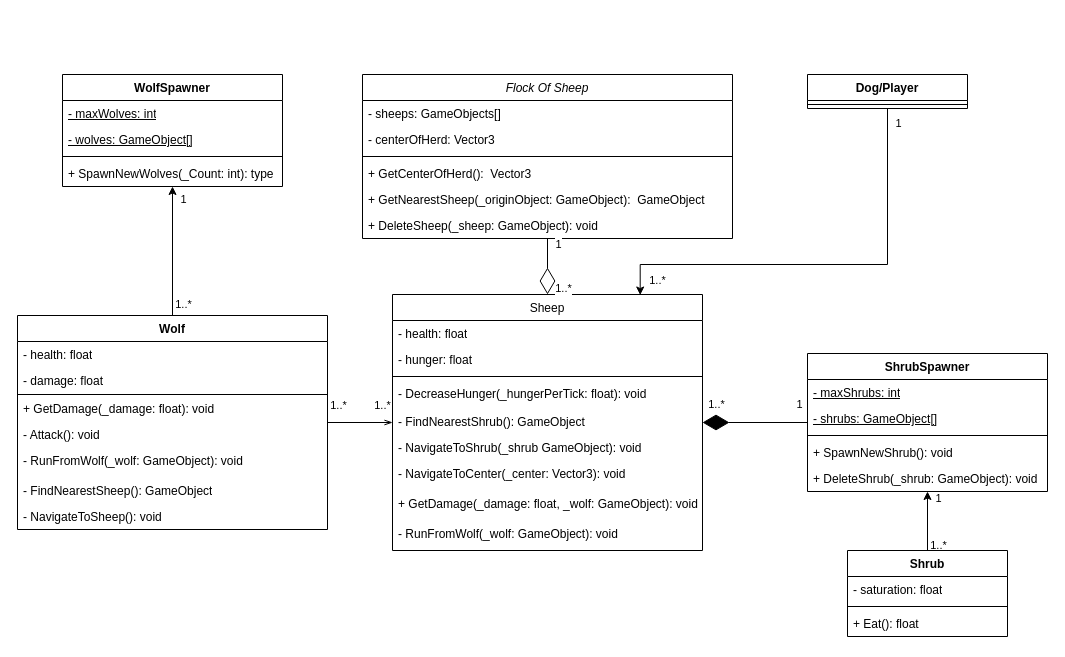
Before: KI_Verhalten_UML.drawio in Gsxrwolf/Abgabe_Softwareplanung, a draw.io diagram. Source tidied: cells renumbered, new cells numbered last; positions are measured from the earlier drawing's top-left corner, leaving out a move shared by most shapes. Both pictures are drawn from the tidied source at 100%, with x=0, y=0 at pixel (17, 74).
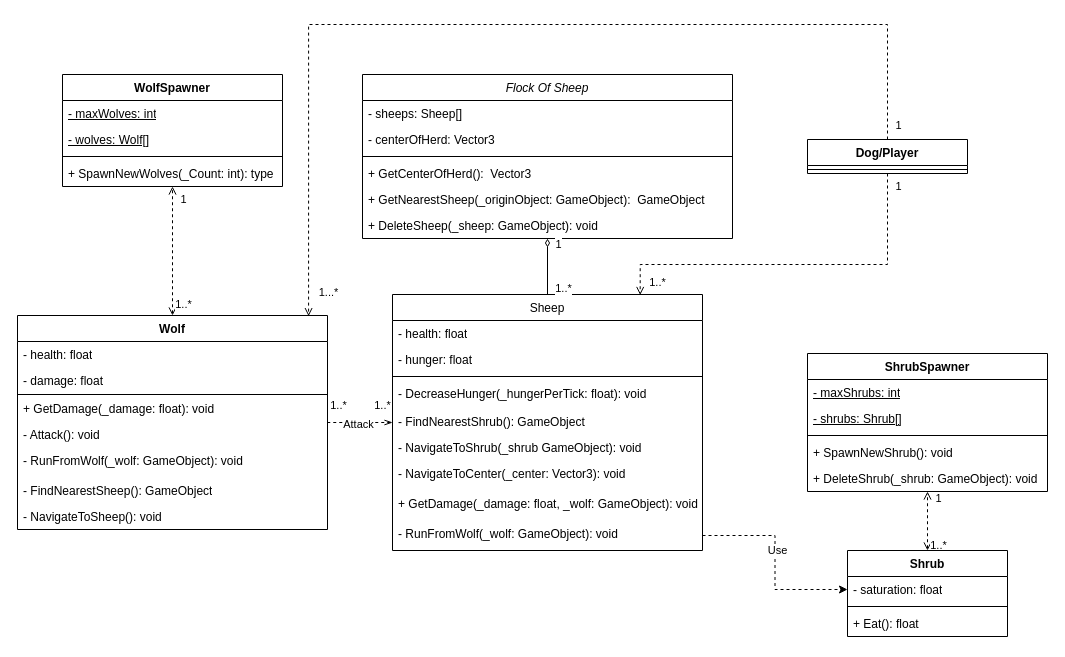
Above is the later version.

Unchanged cells that the change refers to:
```xml
<mxCell id="2" value="Flock Of Sheep" style="swimlane;fontStyle=2;align=center;verticalAlign=top;horizontal=1;startSize=26;rounded=0;shadow=0;strokeWidth=1;" parent="1" vertex="1">
  <mxGeometry x="345" width="370" height="164" as="geometry" />
</mxCell>
<mxCell id="9" value="Sheep" style="swimlane;fontStyle=0;align=center;verticalAlign=top;horizontal=1;startSize=26;rounded=0;shadow=0;strokeWidth=1;" parent="1" vertex="1">
  <mxGeometry x="375" y="220" width="310" height="256" as="geometry" />
</mxCell>
<mxCell id="18" value="- RunFromWolf(_wolf: GameObject): void" style="text;strokeColor=none;fillColor=none;align=left;verticalAlign=top;spacingLeft=4;spacingRight=4;overflow=hidden;points=[[0,0.5],[1,0.5]];portConstraint=eastwest;whiteSpace=wrap;html=1;" parent="9" vertex="1">
  <mxGeometry y="226" width="310" height="30" as="geometry" />
</mxCell>
<mxCell id="22" value="&lt;b&gt;ShrubSpawner&lt;/b&gt;" style="swimlane;fontStyle=1;align=center;verticalAlign=top;horizontal=1;startSize=26;whiteSpace=wrap;html=1;shadow=0;swimlaneLine=1;rounded=0;glass=0;" parent="1" vertex="1">
  <mxGeometry x="790" y="279" width="240" height="138" as="geometry" />
</mxCell>
<mxCell id="31" value="&lt;b&gt;Shrub&lt;/b&gt;" style="swimlane;fontStyle=1;align=center;verticalAlign=top;horizontal=1;startSize=26;whiteSpace=wrap;html=1;" parent="1" vertex="1">
  <mxGeometry x="830" y="476" width="160" height="86" as="geometry" />
</mxCell>
<mxCell id="32" value="-&amp;nbsp;saturation: float" style="text;strokeColor=none;fillColor=none;align=left;verticalAlign=top;spacingLeft=4;spacingRight=4;overflow=hidden;points=[[0,0.5],[1,0.5]];portConstraint=eastwest;whiteSpace=wrap;html=1;" parent="31" vertex="1">
  <mxGeometry y="26" width="160" height="26" as="geometry" />
</mxCell>
<mxCell id="40" value="Wolf" style="swimlane;fontStyle=1;align=center;verticalAlign=top;horizontal=1;startSize=26;whiteSpace=wrap;html=1;" parent="1" vertex="1">
  <mxGeometry y="241" width="310" height="214" as="geometry" />
</mxCell>
<mxCell id="49" value="WolfSpawner" style="swimlane;fontStyle=1;align=center;verticalAlign=top;horizontal=1;startSize=26;whiteSpace=wrap;html=1;" parent="1" vertex="1">
  <mxGeometry x="45" width="220" height="112" as="geometry" />
</mxCell>
```

Change to the diagram source:
```diff
@@
-    <mxCell id="3" value="- sheeps: GameObjects[]" style="text;strokeColor=none;fillColor=none;align=left;verticalAlign=top;spacingLeft=4;spacingRight=4;overflow=hidden;whiteSpace=wrap;html=1;" parent="2" vertex="1">
+    <mxCell id="3" value="- sheeps: Sheep[]" style="text;strokeColor=none;fillColor=none;align=left;verticalAlign=top;spacingLeft=4;spacingRight=4;overflow=hidden;whiteSpace=wrap;html=1;" parent="2" vertex="1">
       <mxGeometry y="26" width="370" height="26" as="geometry" />
     </mxCell>
@@
-    <mxCell id="19" style="endArrow=diamondThin;endFill=0;endSize=24;html=1;rounded=0;exitX=0.5;exitY=1;exitDx=0;exitDy=0;entryX=0.5;entryY=0;entryDx=0;entryDy=0;fixDash=0;" parent="1" edge="1" source="2" target="9">
+    <mxCell id="19" style="endArrow=none;endFill=0;endSize=24;html=1;rounded=0;exitX=0.5;exitY=1;exitDx=0;exitDy=0;entryX=0.5;entryY=0;entryDx=0;entryDy=0;fixDash=0;startArrow=diamondThin;startFill=0;" parent="1" edge="1" source="2" target="9">
       <mxGeometry relative="1" as="geometry" />
     </mxCell>
@@
-    <mxCell id="24" value="&lt;span style=&quot;text-wrap: nowrap; text-decoration-line: underline;&quot;&gt;- shrubs: GameObject[]&lt;/span&gt;" style="text;strokeColor=none;fillColor=none;align=left;verticalAlign=top;spacingLeft=4;spacingRight=4;overflow=hidden;whiteSpace=wrap;html=1;" parent="22" vertex="1">
+    <mxCell id="24" value="&lt;span style=&quot;text-wrap: nowrap; text-decoration-line: underline;&quot;&gt;- shrubs: Shrub[]&lt;/span&gt;" style="text;strokeColor=none;fillColor=none;align=left;verticalAlign=top;spacingLeft=4;spacingRight=4;overflow=hidden;whiteSpace=wrap;html=1;" parent="22" vertex="1">
       <mxGeometry y="52" width="240" height="26" as="geometry" />
     </mxCell>
@@
-    <mxCell id="28" style="edgeStyle=orthogonalEdgeStyle;rounded=0;jettySize=auto;html=1;exitX=0.5;exitY=0;exitDx=0;exitDy=0;" parent="1" edge="1" source="31" target="22">
+    <mxCell id="28" style="edgeStyle=orthogonalEdgeStyle;rounded=0;jettySize=auto;html=1;exitX=0.5;exitY=0;exitDx=0;exitDy=0;endArrow=open;endFill=0;startArrow=open;startFill=0;dashed=1;" parent="1" edge="1" source="31" target="22">
       <mxGeometry relative="1" as="geometry" />
     </mxCell>
@@
-    <mxCell id="35" style="endArrow=diamondThin;endFill=1;endSize=24;html=1;rounded=0;" parent="1" edge="1" source="22" target="9">
-      <mxGeometry relative="1" as="geometry" />
-    </mxCell>
-    <mxCell id="36" value="1..*" style="edgeLabel;html=1;align=center;verticalAlign=middle;" parent="35" vertex="1">
-      <mxGeometry x="0.58" y="1" relative="1" as="geometry">
-        <mxPoint x="-9" y="-20" as="offset" />
-      </mxGeometry>
-    </mxCell>
+    <mxCell id="63" style="edgeStyle=orthogonalEdgeStyle;rounded=0;jettySize=auto;html=1;entryX=0.939;entryY=0.003;entryDx=0;entryDy=0;entryPerimeter=0;endArrow=open;endFill=0;dashed=1;" parent="1" edge="1" source="38" target="40">
+      <mxGeometry relative="1" as="geometry">
+        <Array as="points">
+          <mxPoint x="870" y="-50" />
+          <mxPoint x="291" y="-50" />
+        </Array>
+      </mxGeometry>
+    </mxCell>
-    <mxCell id="37" value="1" style="edgeLabel;html=1;align=center;verticalAlign=middle;" parent="35" vertex="1">
-      <mxGeometry x="-0.82" y="-2" relative="1" as="geometry">
-        <mxPoint y="-17" as="offset" />
+    <mxCell id="37" value="1" style="edgeLabel;html=1;align=center;verticalAlign=middle;" parent="63" vertex="1">
+      <mxGeometry x="-0.97" y="3" relative="1" as="geometry">
+        <mxPoint x="13" as="offset" />
       </mxGeometry>
     </mxCell>
+    <mxCell id="64" value="1...*" style="edgeLabel;html=1;align=center;verticalAlign=middle;" parent="63" vertex="1">
+      <mxGeometry x="0.95" y="2" relative="1" as="geometry">
+        <mxPoint x="17" as="offset" />
+      </mxGeometry>
+    </mxCell>
     <mxCell id="38" value="Dog/Player" style="swimlane;fontStyle=1;align=center;verticalAlign=top;horizontal=1;startSize=26;whiteSpace=wrap;html=1;" parent="1" vertex="1">
-      <mxGeometry x="790" width="160" height="34" as="geometry" />
+      <mxGeometry x="790" y="65" width="160" height="34" as="geometry" />
     </mxCell>
@@
-    <mxCell id="51" value="&lt;span style=&quot;text-wrap: nowrap; text-decoration-line: underline;&quot;&gt;- wolves: GameObject[]&lt;/span&gt;" style="text;strokeColor=none;fillColor=none;align=left;verticalAlign=top;spacingLeft=4;spacingRight=4;overflow=hidden;whiteSpace=wrap;html=1;" parent="49" vertex="1">
+    <mxCell id="51" value="&lt;span style=&quot;text-wrap: nowrap; text-decoration-line: underline;&quot;&gt;- wolves: Wolf[]&lt;/span&gt;" style="text;strokeColor=none;fillColor=none;align=left;verticalAlign=top;spacingLeft=4;spacingRight=4;overflow=hidden;whiteSpace=wrap;html=1;" parent="49" vertex="1">
       <mxGeometry y="52" width="220" height="26" as="geometry" />
     </mxCell>
@@
-    <mxCell id="54" style="endArrow=none;startArrow=openThin;html=1;rounded=0;edgeStyle=orthogonalEdgeStyle;startFill=0;endFill=0;" parent="1" edge="1" source="9" target="40">
+    <mxCell id="54" style="endArrow=none;startArrow=openThin;html=1;rounded=0;edgeStyle=orthogonalEdgeStyle;startFill=0;endFill=0;dashed=1;" parent="1" edge="1" source="9" target="40">
       <mxGeometry relative="1" as="geometry" />
     </mxCell>
@@
+    <mxCell id="65" value="Attack" style="edgeLabel;html=1;align=center;verticalAlign=middle;" parent="54" vertex="1">
+      <mxGeometry x="0.08" y="1" relative="1" as="geometry" />
+    </mxCell>
-    <mxCell id="57" style="edgeStyle=orthogonalEdgeStyle;rounded=0;jettySize=auto;html=1;" parent="1" edge="1" source="40" target="49">
+    <mxCell id="57" style="edgeStyle=orthogonalEdgeStyle;rounded=0;jettySize=auto;html=1;startArrow=open;startFill=0;endArrow=open;endFill=0;dashed=1;" parent="1" edge="1" source="40" target="49">
       <mxGeometry relative="1" as="geometry" />
     </mxCell>
@@
-    <mxCell id="60" style="edgeStyle=orthogonalEdgeStyle;rounded=0;jettySize=auto;html=1;exitX=0.5;exitY=1;exitDx=0;exitDy=0;entryX=0.799;entryY=0.002;entryDx=0;entryDy=0;entryPerimeter=0;" parent="1" edge="1" source="38" target="9">
+    <mxCell id="60" style="edgeStyle=orthogonalEdgeStyle;rounded=0;jettySize=auto;html=1;exitX=0.5;exitY=1;exitDx=0;exitDy=0;entryX=0.799;entryY=0.002;entryDx=0;entryDy=0;entryPerimeter=0;endArrow=open;endFill=0;dashed=1;" parent="1" edge="1" source="38" target="9">
       <mxGeometry relative="1" as="geometry">
         <Array as="points">
           <mxPoint x="870" y="190" />
           <mxPoint x="623" y="190" />
         </Array>
       </mxGeometry>
     </mxCell>
@@
+    <mxCell id="66" style="edgeStyle=orthogonalEdgeStyle;rounded=0;jettySize=auto;html=1;exitX=1;exitY=0.5;exitDx=0;exitDy=0;entryX=0;entryY=0.5;entryDx=0;entryDy=0;dashed=1;" parent="1" edge="1" source="18" target="32">
+      <mxGeometry relative="1" as="geometry" />
+    </mxCell>
+    <mxCell id="67" value="Use" style="edgeLabel;html=1;align=center;verticalAlign=middle;" parent="66" vertex="1">
+      <mxGeometry x="-0.13" y="2" relative="1" as="geometry" />
+    </mxCell>
```
